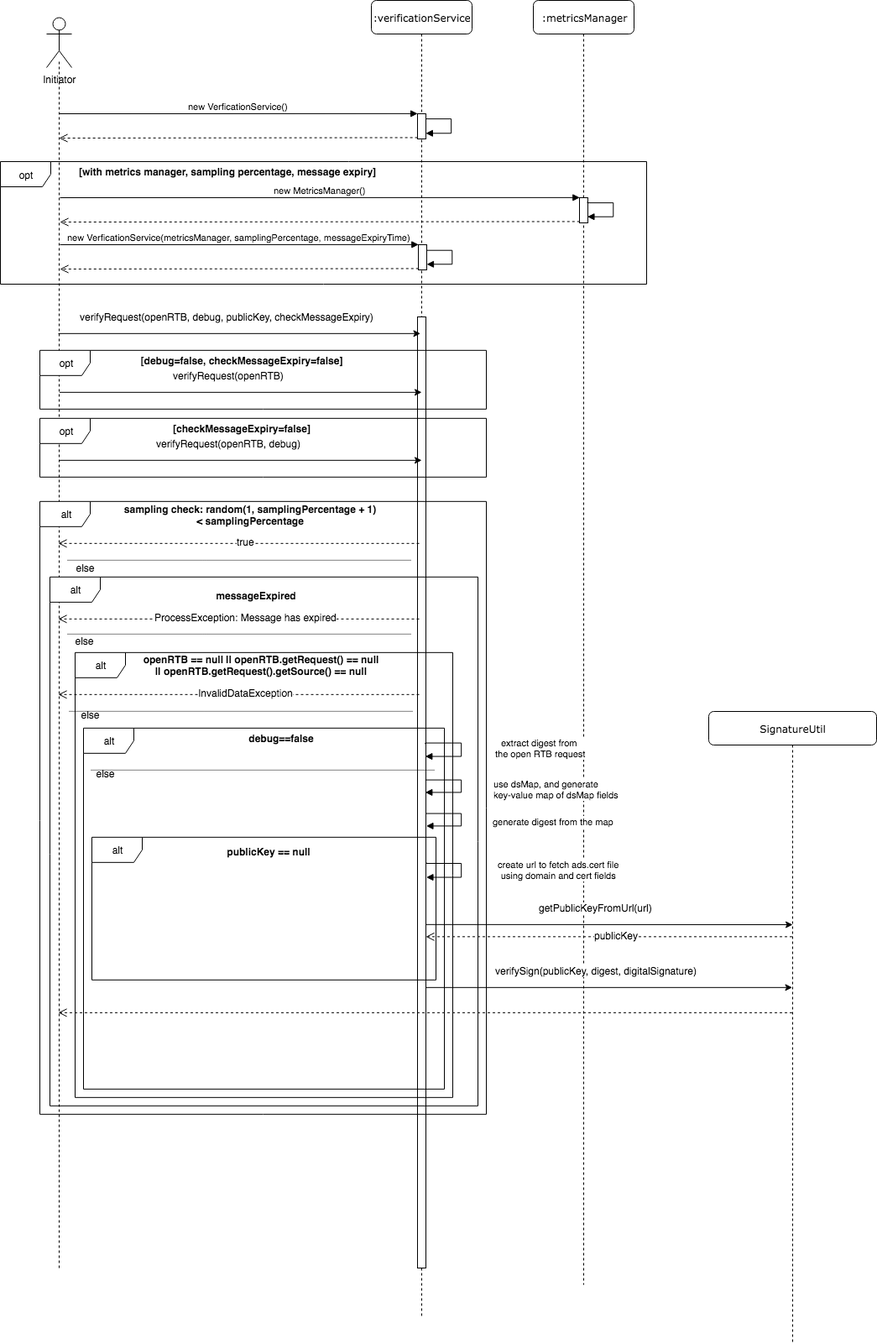
Earlier version of the draw.io export openrtb-ads-cert-verification/ads-cert-non-cache.png (InteractiveAdvertisingBureau/ads-cert-openrtb3-verifier). Source tidied: cells renumbered, new cells last; positions are measured from the earlier drawing's top-left corner, leaving out a move shared by most shapes.
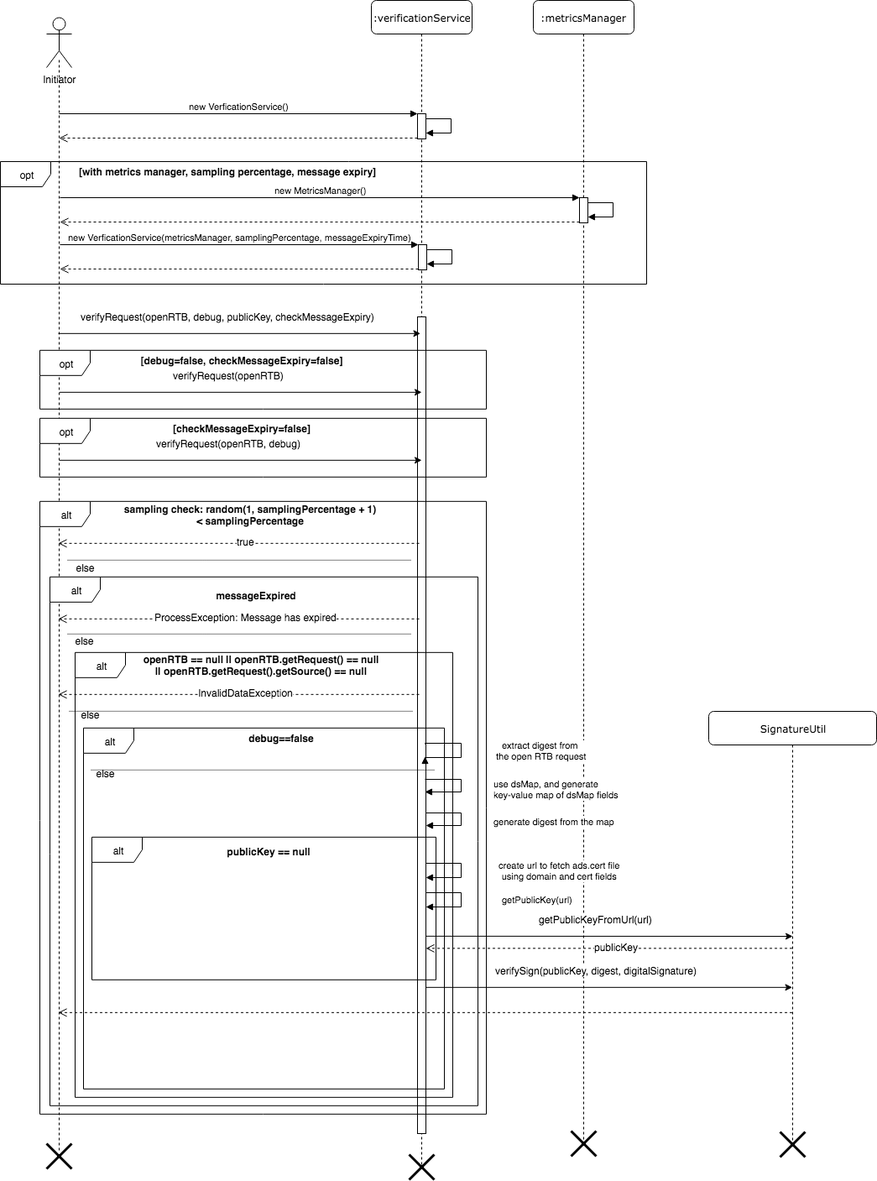
After the commit.

Commit message:
Sequence Diagram - Third Cut

Change to the diagram source:
```diff
@@ -9,7 +9,7 @@
       <mxGeometry y="192" width="770" height="146" as="geometry" />
     </mxCell>
     <mxCell id="4" value=":verificationService" style="shape=umlLifeline;perimeter=lifelinePerimeter;whiteSpace=wrap;html=1;rounded=1;shadow=0;comic=0;labelBackgroundColor=none;strokeColor=#000000;strokeWidth=1;fillColor=#FFFFFF;fontFamily=Verdana;fontSize=12;fontColor=#000000;align=center;" parent="1" vertex="1">
-      <mxGeometry x="442" width="120" height="1570" as="geometry" />
+      <mxGeometry x="442" width="120" height="1392" as="geometry" />
     </mxCell>
     <mxCell id="5" style="html=1;points=[];perimeter=orthogonalPerimeter;" parent="4" vertex="1">
       <mxGeometry x="55" y="135" width="10" height="30" as="geometry" />
@@ -25,14 +25,17 @@
       </mxGeometry>
     </mxCell>
     <mxCell id="7" style="html=1;perimeter=orthogonalPerimeter;" parent="4" vertex="1">
-      <mxGeometry x="55" y="377" width="10" height="1133" as="geometry" />
+      <mxGeometry x="55" y="377" width="10" height="973" as="geometry" />
     </mxCell>
+    <mxCell id="70" style="shape=umlDestroy;whiteSpace=wrap;html=1;strokeWidth=3;fontSize=11;" parent="4" vertex="1">
+      <mxGeometry x="45" y="1375" width="30" height="30" as="geometry" />
+    </mxCell>
     <mxCell id="8" value="Initiator&lt;br&gt;" style="shape=umlActor;verticalLabelPosition=bottom;labelBackgroundColor=#ffffff;verticalAlign=top;html=1;" parent="1" vertex="1">
       <mxGeometry x="55" y="20" width="30" height="60" as="geometry" />
     </mxCell>
     <mxCell id="9" style="endArrow=none;dashed=1;html=1;" parent="1" edge="1">
       <mxGeometry relative="1" as="geometry">
-        <mxPoint x="70" y="1510" as="sourcePoint" />
+        <mxPoint x="70" y="1370" as="sourcePoint" />
         <mxPoint x="70" y="70" as="targetPoint" />
       </mxGeometry>
     </mxCell>
@@ -47,7 +50,7 @@
       </mxGeometry>
     </mxCell>
     <mxCell id="12" value=":metricsManager" style="shape=umlLifeline;perimeter=lifelinePerimeter;whiteSpace=wrap;html=1;rounded=1;shadow=0;comic=0;labelBackgroundColor=none;strokeColor=#000000;strokeWidth=1;fillColor=#FFFFFF;fontFamily=Verdana;fontSize=12;fontColor=#000000;align=center;" parent="1" vertex="1">
-      <mxGeometry x="635" width="120" height="1530" as="geometry" />
+      <mxGeometry x="635" width="120" height="1360" as="geometry" />
     </mxCell>
     <mxCell id="13" style="html=1;points=[];perimeter=orthogonalPerimeter;" parent="1" vertex="1">
       <mxGeometry x="498" y="291" width="10" height="30" as="geometry" />
@@ -272,12 +275,12 @@
       </mxGeometry>
     </mxCell>
     <mxCell id="56" value="SignatureUtil&lt;br&gt;" style="shape=umlLifeline;perimeter=lifelinePerimeter;whiteSpace=wrap;html=1;outlineConnect=0;rounded=1;shadow=0;comic=0;labelBackgroundColor=none;strokeColor=#000000;strokeWidth=1;fillColor=#FFFFFF;fontFamily=Verdana;fontSize=12;fontColor=#000000;align=center;" parent="1" vertex="1">
-      <mxGeometry x="844" y="847" width="200" height="753" as="geometry" />
+      <mxGeometry x="844" y="847" width="200" height="513" as="geometry" />
     </mxCell>
     <mxCell id="57" style="endArrow=classic;html=1;" parent="1" edge="1">
       <mxGeometry relative="1" as="geometry">
-        <mxPoint x="507" y="1100.8" as="sourcePoint" />
-        <mxPoint x="944" y="1101" as="targetPoint" />
+        <mxPoint x="507" y="1114.8" as="sourcePoint" />
+        <mxPoint x="944" y="1115" as="targetPoint" />
       </mxGeometry>
     </mxCell>
     <mxCell id="58" value="&lt;span&gt;getPublicKeyFromUrl&lt;/span&gt;(url)" style="text;html=1;align=center;verticalAlign=middle;labelBackgroundColor=#ffffff;" parent="57" vertex="1">
@@ -285,9 +288,10 @@
         <mxPoint x="59" y="-20" as="offset" />
       </mxGeometry>
     </mxCell>
-    <mxCell id="59" style="html=1;verticalAlign=bottom;endArrow=open;dashed=1;endSize=8;" parent="1" edge="1" source="56">
+    <mxCell id="59" style="html=1;verticalAlign=bottom;endArrow=open;dashed=1;endSize=8;" parent="1" edge="1">
       <mxGeometry relative="1" as="geometry">
-        <mxPoint x="507" y="1115.3" as="targetPoint" />
+        <mxPoint x="943.5" y="1129.3" as="sourcePoint" />
+        <mxPoint x="507" y="1129.3" as="targetPoint" />
       </mxGeometry>
     </mxCell>
     <mxCell id="60" value="publicKey" style="text;html=1;align=center;verticalAlign=middle;labelBackgroundColor=#ffffff;" parent="59" vertex="1">
@@ -326,5 +330,29 @@
     <mxCell id="69" value="alt" style="shape=umlFrame;whiteSpace=wrap;html=1;" parent="1" vertex="1">
       <mxGeometry x="47" y="596.8" width="532" height="730" as="geometry" />
     </mxCell>
+    <mxCell id="71" style="shape=umlDestroy;whiteSpace=wrap;html=1;strokeWidth=3;fontSize=11;" parent="1" vertex="1">
+      <mxGeometry x="55" y="1362" width="30" height="30" as="geometry" />
+    </mxCell>
+    <mxCell id="72" style="shape=umlDestroy;whiteSpace=wrap;html=1;strokeWidth=3;fontSize=11;" parent="1" vertex="1">
+      <mxGeometry x="680" y="1347" width="30" height="30" as="geometry" />
+    </mxCell>
+    <mxCell id="73" style="shape=umlDestroy;whiteSpace=wrap;html=1;strokeWidth=3;fontSize=11;" parent="1" vertex="1">
+      <mxGeometry x="929" y="1348" width="30" height="30" as="geometry" />
+    </mxCell>
+    <mxCell id="74" style="edgeStyle=orthogonalEdgeStyle;html=1;align=left;spacingLeft=2;endArrow=block;rounded=0;entryX=1.3;entryY=0.667;entryDx=0;entryDy=0;entryPerimeter=0;" parent="1" edge="1">
+      <mxGeometry x="0.05" y="13" relative="1" as="geometry">
+        <mxPoint x="507.3" y="1062.3" as="sourcePoint" />
+        <mxPoint x="507.3" y="1079.8" as="targetPoint" />
+        <Array as="points">
+          <mxPoint x="549" y="1062.8" />
+          <mxPoint x="549" y="1078.8" />
+        </Array>
+      </mxGeometry>
+    </mxCell>
+    <mxCell id="75" value="getPublicKey(url)" style="text;html=1;align=center;verticalAlign=middle;labelBackgroundColor=#ffffff;fontSize=11;" parent="74" vertex="1">
+      <mxGeometry x="-0.2" y="-6" relative="1" as="geometry">
+        <mxPoint x="92" y="2" as="offset" />
+      </mxGeometry>
+    </mxCell>
   </root>
 </mxGraphModel>
```
